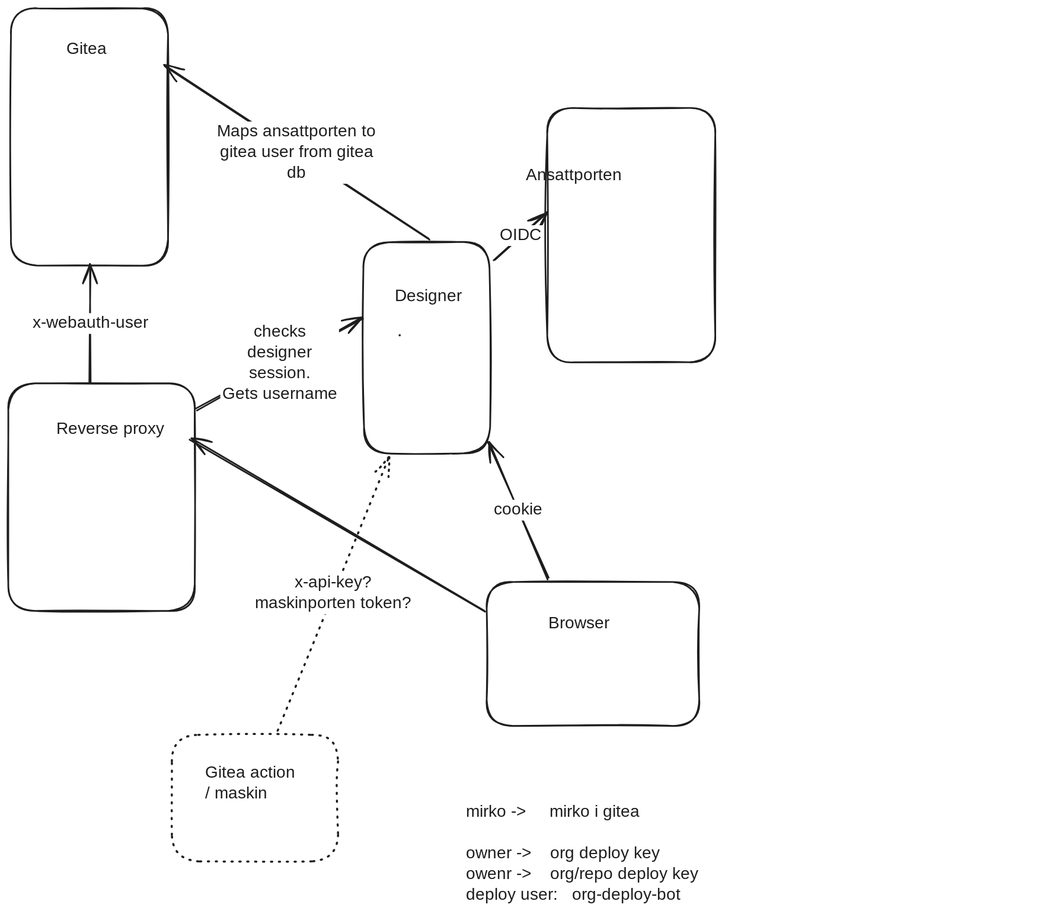
Above: docs/diagrams/proxy-architecture.excalidraw.svg in Altinn/altinn-studio (Excalidraw), before the change. Source tidied: one line per element, renumbered; positions are measured from the earlier drawing's top-left corner, leaving out a move shared by most shapes.
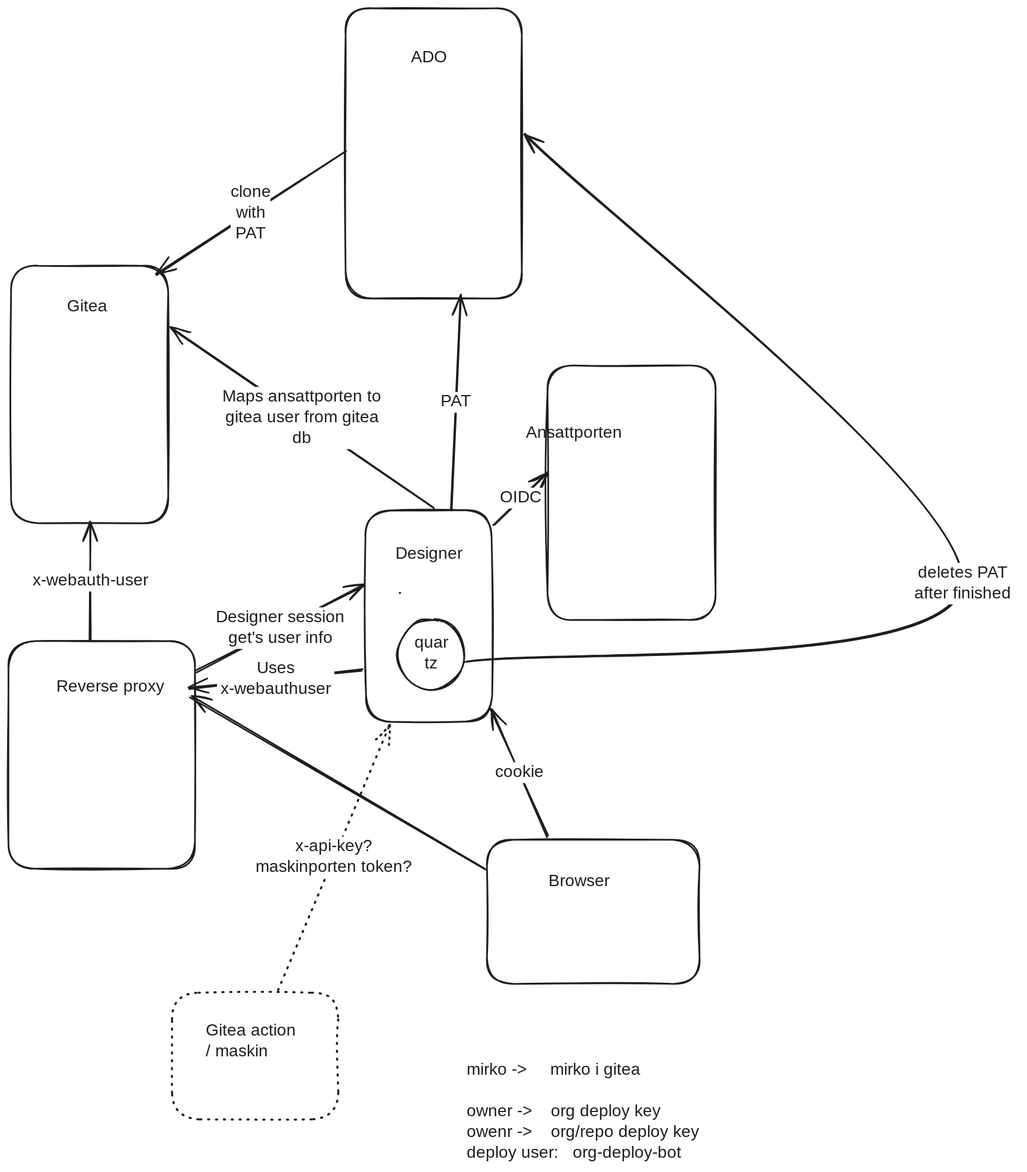
Above is the later version.

The edit, as a diff of the source:
```diff
@@ -1,4 +1,4 @@
-{"id": 0, "type": "rectangle", "strokeColor": "#1e1e1e", "angle": 6.28, "strokeWidth": 2, "roughness": 1, "round": true, "x": 428, "y": 282, "width": 152, "height": 255}
+{"id": 0, "type": "rectangle", "strokeColor": "#1e1e1e", "angle": 6.28, "strokeWidth": 2, "roughness": 1, "round": true, "x": 430, "y": 294, "width": 152, "height": 255}
 {"id": 1, "type": "rectangle", "strokeColor": "#1e1e1e", "strokeWidth": 2, "roughness": 1, "round": true, "x": 649, "y": 120, "width": 202, "height": 306}
 {"id": 2, "type": "rectangle", "strokeColor": "#1e1e1e", "strokeWidth": 2, "roughness": 1, "round": true, "x": 3, "y": 0, "width": 189, "height": 310}
 {"id": 3, "type": "rectangle", "strokeColor": "#1e1e1e", "strokeWidth": 2, "strokeStyle": "dotted", "roughness": 1, "round": true, "x": 197, "y": 876, "width": 200, "height": 153}
@@ -9,19 +9,31 @@
 {"id": 8, "type": "text", "text": "Gitea", "strokeColor": "#1e1e1e", "strokeWidth": 2, "roughness": 1, "fontSize": 20, "fontFamily": 5, "x": 70, "y": 37, "width": 54, "height": 25}
 {"id": 9, "type": "text", "text": "Browser", "strokeColor": "#1e1e1e", "strokeWidth": 2, "roughness": 1, "fontSize": 20, "fontFamily": 5, "x": 651, "y": 730, "width": 79, "height": 25}
 {"id": 10, "type": "text", "text": "Gitea action\n/ maskin", "strokeColor": "#1e1e1e", "strokeWidth": 2, "roughness": 1, "fontSize": 20, "fontFamily": 5, "x": 237, "y": 909, "width": 122, "height": 50}
-{"id": 11, "type": "arrow", "strokeColor": "#1e1e1e", "strokeWidth": 2, "roughness": 1, "endArrowhead": "arrow", "round": true, "from": 0, "to": 1, "x": 586, "y": 303, "width": 63, "height": 58, "points": [[0, 0], [63, -58]]}
+{"id": 11, "type": "arrow", "strokeColor": "#1e1e1e", "strokeWidth": 2, "roughness": 1, "endArrowhead": "arrow", "round": true, "from": 0, "to": 1, "x": 585, "y": 312, "width": 64, "height": 63, "points": [[0, 0], [64, -63]]}
 {"id": 12, "type": "text", "text": "OIDC", "strokeColor": "#1e1e1e", "strokeWidth": 2, "roughness": 1, "fontSize": 20, "fontFamily": 5, "textAlign": "center", "verticalAlign": "middle", "inside": 11, "x": 566, "y": 285, "width": 54, "height": 25}
-{"id": 13, "type": "arrow", "strokeColor": "#1e1e1e", "strokeWidth": 2, "roughness": 1, "endArrowhead": "arrow", "round": true, "from": 4, "to": 0, "x": 651, "y": 687, "width": 72, "height": 164, "points": [[0, 0], [-72, -164]]}
+{"id": 13, "type": "arrow", "strokeColor": "#1e1e1e", "strokeWidth": 2, "roughness": 1, "endArrowhead": "arrow", "round": true, "from": 4, "to": 0, "x": 650, "y": 687, "width": 69, "height": 153, "points": [[0, 0], [-69, -153]]}
 {"id": 14, "type": "text", "text": "cookie", "strokeColor": "#1e1e1e", "strokeWidth": 2, "roughness": 1, "fontSize": 20, "fontFamily": 5, "textAlign": "center", "verticalAlign": "middle", "inside": 13, "x": 547, "y": 597, "width": 60, "height": 25}
 {"id": 15, "type": "rectangle", "strokeColor": "#1e1e1e", "strokeWidth": 2, "roughness": 1, "round": true, "x": 0, "y": 452, "width": 225, "height": 274}
 {"id": 16, "type": "text", "text": "Reverse proxy", "strokeColor": "#1e1e1e", "strokeWidth": 2, "roughness": 1, "fontSize": 20, "fontFamily": 5, "x": 58, "y": 495, "width": 138, "height": 25}
-{"id": 17, "type": "arrow", "strokeColor": "#1e1e1e", "strokeWidth": 2, "roughness": 1, "endArrowhead": "arrow", "round": true, "from": 0, "to": 2, "x": 507, "y": 279, "width": 319, "height": 211, "points": [[0, 0], [-319, -211]]}
+{"id": 17, "type": "arrow", "strokeColor": "#1e1e1e", "strokeWidth": 2, "roughness": 1, "endArrowhead": "arrow", "round": true, "from": 0, "to": 2, "x": 512, "y": 292, "width": 317, "height": 218, "points": [[0, 0], [-317, -218]]}
 {"id": 18, "type": "text", "text": "Maps ansattporten to\ngitea user from gitea\ndb", "strokeColor": "#1e1e1e", "strokeWidth": 2, "roughness": 1, "fontSize": 20, "fontFamily": 5, "textAlign": "center", "verticalAlign": "middle", "inside": 17, "x": 238, "y": 136, "width": 218, "height": 75}
 {"id": 19, "type": "arrow", "strokeColor": "#1e1e1e", "strokeWidth": 2, "roughness": 1, "endArrowhead": "arrow", "round": true, "from": 4, "to": 15, "x": 573, "y": 727, "width": 354, "height": 208, "points": [[0, 0], [-354, -208]]}
-{"id": 20, "type": "arrow", "strokeColor": "#1e1e1e", "strokeWidth": 2, "roughness": 1, "endArrowhead": "arrow", "round": true, "from": 15, "to": 0, "x": 226, "y": 484, "width": 202, "height": 110, "points": [[0, 0], [202, -110]]}
+{"id": 20, "type": "arrow", "strokeColor": "#1e1e1e", "strokeWidth": 2, "roughness": 1, "endArrowhead": "arrow", "round": true, "from": 15, "to": 0, "x": 226, "y": 489, "width": 204, "height": 104, "points": [[0, 0], [204, -104]]}
-{"id": 21, "type": "text", "text": "checks\ndesigner\nsession.\nGets username", "strokeColor": "#1e1e1e", "strokeWidth": 2, "roughness": 1, "fontSize": 20, "fontFamily": 5, "textAlign": "center", "verticalAlign": "middle", "inside": 20, "x": 255, "y": 378, "width": 143, "height": 100}
+{"id": 21, "type": "text", "text": "Designer session\nget's user info", "strokeColor": "#1e1e1e", "strokeWidth": 2, "roughness": 1, "fontSize": 20, "fontFamily": 5, "textAlign": "center", "verticalAlign": "middle", "inside": 20, "x": 247, "y": 411, "width": 161, "height": 50}
 {"id": 22, "type": "arrow", "strokeColor": "#1e1e1e", "strokeWidth": 2, "roughness": 1, "endArrowhead": "arrow", "round": true, "from": 15, "to": 2, "x": 99, "y": 450, "width": 0, "height": 141, "points": [[0, 0], [0, -141]]}
 {"id": 23, "type": "text", "text": "x-webauth-user", "strokeColor": "#1e1e1e", "strokeWidth": 2, "roughness": 1, "fontSize": 20, "fontFamily": 5, "textAlign": "center", "verticalAlign": "middle", "inside": 22, "x": 24, "y": 367, "width": 150, "height": 25}
-{"id": 24, "type": "arrow", "strokeColor": "#1e1e1e", "strokeWidth": 2, "strokeStyle": "dotted", "roughness": 1, "endArrowhead": "arrow", "round": true, "from": 3, "to": 0, "x": 325, "y": 871, "width": 133, "height": 331, "points": [[0, 0], [133, -331]]}
+{"id": 24, "type": "arrow", "strokeColor": "#1e1e1e", "strokeWidth": 2, "strokeStyle": "dotted", "roughness": 1, "endArrowhead": "arrow", "round": true, "from": 3, "to": 0, "x": 325, "y": 873, "width": 133, "height": 321, "points": [[0, 0], [133, -321]]}
 {"id": 25, "type": "text", "text": "x-api-key?\nmaskinporten token?", "strokeColor": "#1e1e1e", "strokeWidth": 2, "roughness": 1, "fontSize": 20, "fontFamily": 5, "textAlign": "center", "verticalAlign": "middle", "inside": 24, "x": 292, "y": 680, "width": 198, "height": 50}
 {"id": 26, "type": "text", "text": "mirko ->     mirko i gitea\n\nowner ->    org deploy key\nowenr ->    org/repo deploy key\ndeploy user:   org-deploy-bot", "strokeColor": "#1e1e1e", "strokeWidth": 2, "strokeStyle": "dotted", "roughness": 1, "fontSize": 20, "fontFamily": 5, "x": 552, "y": 956, "width": 306, "height": 125}
+{"id": 27, "type": "rectangle", "strokeColor": "#1e1e1e", "strokeWidth": 2, "roughness": 1, "round": true, "x": 406, "y": -310, "width": 212, "height": 349}
+{"id": 28, "type": "text", "text": "ADO", "strokeColor": "#1e1e1e", "strokeWidth": 2, "roughness": 1, "fontSize": 20, "fontFamily": 5, "x": 485, "y": -263, "width": 44, "height": 25}
+{"id": 29, "type": "arrow", "strokeColor": "#1e1e1e", "strokeWidth": 2, "roughness": 1, "endArrowhead": "arrow", "round": true, "from": 0, "to": 27, "x": 533, "y": 294, "width": 12, "height": 259, "points": [[0, 0], [12, -259]]}
+{"id": 30, "type": "text", "text": "PAT", "strokeColor": "#1e1e1e", "strokeWidth": 2, "roughness": 1, "fontSize": 20, "fontFamily": 5, "textAlign": "center", "verticalAlign": "middle", "inside": 29, "x": 518, "y": 152, "width": 42, "height": 25}
+{"id": 31, "type": "ellipse", "strokeColor": "#1e1e1e", "strokeWidth": 2, "roughness": 1, "round": true, "x": 469, "y": 425, "width": 81, "height": 85}
+{"id": 32, "type": "text", "text": "quar\ntz", "strokeColor": "#1e1e1e", "strokeWidth": 2, "roughness": 1, "fontSize": 20, "fontFamily": 5, "textAlign": "center", "verticalAlign": "middle", "inside": 31, "x": 489, "y": 443, "width": 41, "height": 50}
+{"id": 33, "type": "arrow", "strokeColor": "#1e1e1e", "strokeWidth": 2, "roughness": 1, "endArrowhead": "arrow", "round": true, "from": 31, "to": 27, "x": 551, "y": 476, "width": 599, "height": 635, "points": [[0, 0], [599, -94], [71, -635]]}
+{"id": 34, "type": "text", "text": "deletes PAT\nafter finished", "strokeColor": "#1e1e1e", "strokeWidth": 2, "roughness": 1, "fontSize": 20, "fontFamily": 5, "textAlign": "center", "verticalAlign": "middle", "inside": 33, "x": 1082, "y": 358, "width": 135, "height": 50}
+{"id": 35, "type": "arrow", "strokeColor": "#1e1e1e", "strokeWidth": 2, "roughness": 1, "endArrowhead": "arrow", "round": true, "from": 27, "to": 2, "x": 406, "y": -137, "width": 229, "height": 148, "points": [[0, 0], [-229, 148]]}
+{"id": 36, "type": "text", "text": "clone\nwith\nPAT", "strokeColor": "#1e1e1e", "strokeWidth": 2, "roughness": 1, "fontSize": 20, "fontFamily": 5, "textAlign": "center", "verticalAlign": "middle", "inside": 35, "x": 268, "y": -100, "width": 48, "height": 75}
+{"id": 37, "type": "arrow", "strokeColor": "#1e1e1e", "strokeWidth": 2, "roughness": 1, "endArrowhead": "arrow", "round": true, "from": 0, "to": 15, "x": 427, "y": 487, "width": 209, "height": 23, "points": [[0, 0], [-209, 23]]}
+{"id": 38, "type": "text", "text": "Uses\nx-webauthuser", "strokeColor": "#1e1e1e", "strokeWidth": 2, "roughness": 1, "fontSize": 20, "fontFamily": 5, "textAlign": "center", "verticalAlign": "middle", "inside": 37, "x": 251, "y": 473, "width": 141, "height": 50}
```
